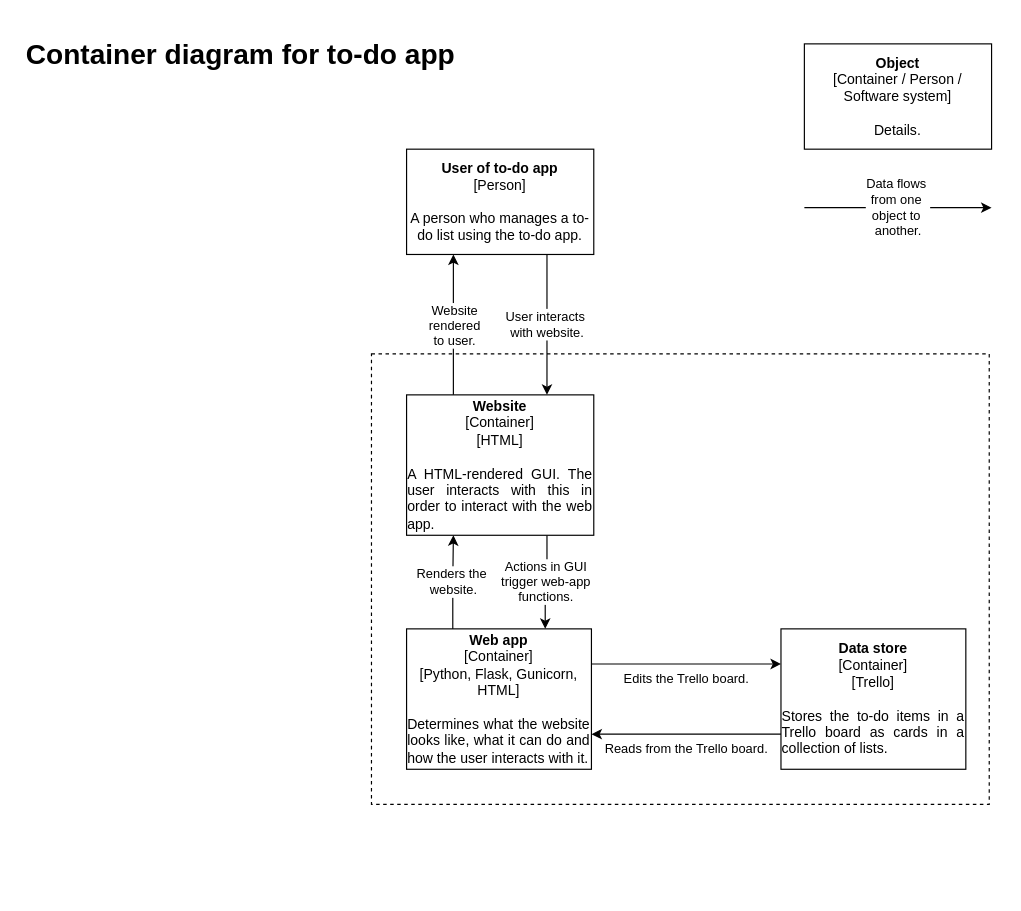
This is page "Container diagram" (2 of 3) of documentation/architecture-diagrams.drawio from SamSeed-Softwire/DevOps-Course-Starter, a draw.io file, before an edit. Source tidied: cells renumbered, new cells numbered last; positions are measured from the earlier drawing's top-left corner, leaving out a move shared by most shapes. Both pictures are drawn from the tidied source at 117%, with x=0, y=0 at pixel (20, 32).
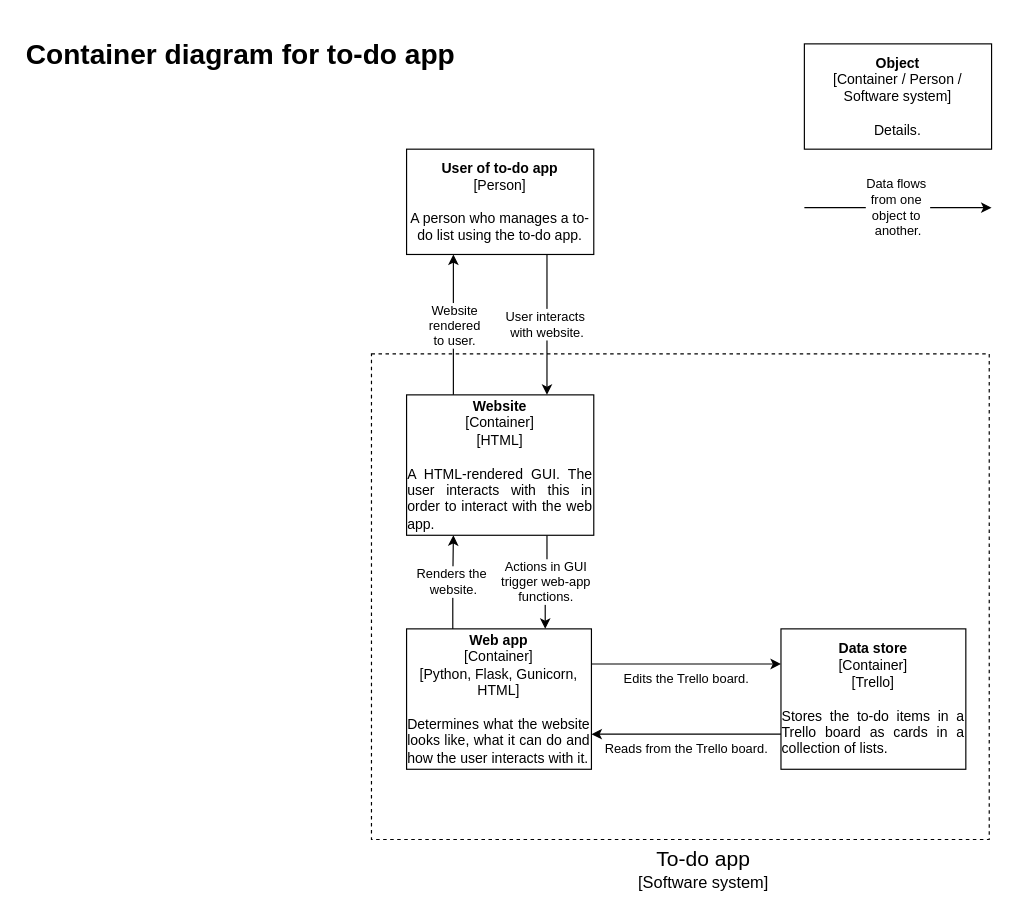
Above is the later version.

Change to the diagram source:
```diff
@@
 <mxGraphModel>
   <root>
     <mxCell id="0" />
     <mxCell id="1" parent="0" />
-    <mxCell id="2" style="rounded=0;whiteSpace=wrap;html=1;dashed=1;fillColor=none;" parent="1" vertex="1">
-      <mxGeometry x="300" y="275" width="528" height="385" as="geometry" />
+    <mxCell id="2" value="&lt;blockquote style=&quot;margin: 0 0 0 40px ; border: none ; padding: 0px&quot;&gt;&lt;span style=&quot;font-size: 18px&quot;&gt;To-do app&lt;/span&gt;&lt;font&gt;&lt;div&gt;&lt;span style=&quot;font-size: 14px&quot;&gt;[Software system]&lt;/span&gt;&lt;/div&gt;&lt;/font&gt;&lt;/blockquote&gt;" style="rounded=0;whiteSpace=wrap;html=1;dashed=1;fillColor=none;labelPosition=center;verticalLabelPosition=bottom;align=center;verticalAlign=top;textDirection=ltr;" parent="1" vertex="1">
+      <mxGeometry x="300" y="275" width="528" height="415" as="geometry" />
     </mxCell>
     <mxCell id="3" value="Edits the Trello board." style="edgeStyle=orthogonalEdgeStyle;rounded=0;jettySize=auto;html=1;exitX=1;exitY=0.25;exitDx=0;exitDy=0;entryX=0;entryY=0.25;entryDx=0;entryDy=0;horizontal=1;verticalAlign=top;" parent="1" edge="1" source="5" target="8">
       <mxGeometry relative="1" as="geometry" />
     </mxCell>
     <mxCell id="4" value="Renders the&amp;nbsp;&lt;br&gt;website." style="edgeStyle=orthogonalEdgeStyle;rounded=0;jettySize=auto;html=1;exitX=0.25;exitY=0;exitDx=0;exitDy=0;entryX=0.25;entryY=1;entryDx=0;entryDy=0;" parent="1" edge="1" source="5" target="10">
       <mxGeometry relative="1" as="geometry" />
     </mxCell>
     <mxCell id="5" value="&lt;b&gt;Web app&lt;/b&gt;&lt;br&gt;[Container]&lt;br&gt;[Python, Flask, Gunicorn, HTML]&lt;br&gt;&lt;br&gt;&lt;div style=&quot;text-align: justify&quot;&gt;&lt;span&gt;Determines what the website looks like, what it can do and how the user interacts with it.&lt;/span&gt;&lt;/div&gt;" style="rounded=0;whiteSpace=wrap;html=1;" parent="1" vertex="1">
       <mxGeometry x="330" y="510" width="158" height="120" as="geometry" />
     </mxCell>
     <mxCell id="6" value="&lt;h1&gt;Container diagram for to-do app&lt;/h1&gt;&lt;p&gt;&lt;br&gt;&lt;/p&gt;" style="text;html=1;strokeColor=none;fillColor=none;spacing=5;spacingTop=-20;whiteSpace=wrap;overflow=hidden;rounded=0;glass=0;" parent="1" vertex="1">
       <mxGeometry width="830" height="120" as="geometry" />
     </mxCell>
     <mxCell id="7" value="Reads from the Trello board." style="edgeStyle=orthogonalEdgeStyle;rounded=0;jettySize=auto;html=1;exitX=0;exitY=0.75;exitDx=0;exitDy=0;entryX=1;entryY=0.75;entryDx=0;entryDy=0;verticalAlign=top;" parent="1" edge="1" source="8" target="5">
       <mxGeometry relative="1" as="geometry" />
     </mxCell>
     <mxCell id="8" value="&lt;b&gt;Data store&lt;/b&gt;&lt;br&gt;[Container]&lt;br&gt;[Trello]&lt;br&gt;&lt;span&gt;&lt;br&gt;&lt;div style=&quot;text-align: justify&quot;&gt;&lt;span&gt;Stores the to-do items in a Trello board as cards in a collection of lists.&lt;/span&gt;&lt;/div&gt;&lt;/span&gt;" style="rounded=0;whiteSpace=wrap;html=1;" parent="1" vertex="1">
       <mxGeometry x="650" y="510" width="158" height="120" as="geometry" />
     </mxCell>
     <mxCell id="9" value="Actions in GUI &lt;br&gt;trigger web-app &lt;br&gt;functions." style="edgeStyle=orthogonalEdgeStyle;rounded=0;jettySize=auto;exitX=0.75;exitY=1;exitDx=0;exitDy=0;entryX=0.75;entryY=0;entryDx=0;entryDy=0;verticalAlign=middle;html=1;" parent="1" edge="1" source="10" target="5">
       <mxGeometry relative="1" as="geometry" />
     </mxCell>
     <mxCell id="10" value="&lt;b&gt;Website&lt;br&gt;&lt;/b&gt;[Container]&lt;br&gt;[HTML]&lt;br&gt;&lt;br&gt;&lt;div style=&quot;text-align: justify&quot;&gt;&lt;span&gt;A HTML-rendered GUI. The user interacts with this in order to interact with the web app.&lt;/span&gt;&lt;/div&gt;" style="rounded=0;whiteSpace=wrap;html=1;" parent="1" vertex="1">
       <mxGeometry x="330" y="310" width="160" height="120" as="geometry" />
     </mxCell>
     <mxCell id="11" style="edgeStyle=orthogonalEdgeStyle;rounded=0;jettySize=auto;html=1;exitX=0.25;exitY=0;exitDx=0;exitDy=0;entryX=0.25;entryY=1;entryDx=0;entryDy=0;" parent="1" edge="1" source="10" target="14">
       <mxGeometry relative="1" as="geometry" />
     </mxCell>
     <mxCell id="12" value="Website &lt;br&gt;rendered &lt;br&gt;to user." style="edgeLabel;html=1;align=center;verticalAlign=middle;" parent="11" vertex="1">
       <mxGeometry x="0.17" relative="1" as="geometry">
         <mxPoint y="10.3" as="offset" />
       </mxGeometry>
     </mxCell>
     <mxCell id="13" value="User&amp;nbsp;interacts&amp;nbsp;&lt;br&gt;with website." style="edgeStyle=orthogonalEdgeStyle;rounded=0;jettySize=auto;html=1;exitX=0.75;exitY=1;exitDx=0;exitDy=0;entryX=0.75;entryY=0;entryDx=0;entryDy=0;" parent="1" edge="1" source="14" target="10">
       <mxGeometry relative="1" as="geometry" />
     </mxCell>
     <mxCell id="14" value="&lt;b&gt;User of to-do app&lt;/b&gt;&lt;br&gt;[Person]&lt;br&gt;&lt;br&gt;A person who manages a to-do list using the to-do app." style="rounded=0;whiteSpace=wrap;html=1;" parent="1" vertex="1">
       <mxGeometry x="330" y="100" width="160" height="90" as="geometry" />
     </mxCell>
     <mxCell id="15" value="Data flows&amp;nbsp;&lt;br&gt;from one&amp;nbsp;&lt;br&gt;object to&amp;nbsp;&lt;br&gt;another." style="endArrow=classic;html=1;" parent="1" edge="1">
       <mxGeometry relative="1" as="geometry">
         <mxPoint x="670" y="150" as="sourcePoint" />
         <mxPoint x="830" y="150" as="targetPoint" />
       </mxGeometry>
     </mxCell>
     <mxCell id="16" value="&lt;b&gt;Object&lt;/b&gt;&lt;br&gt;[Container / Person / Software system]&lt;br&gt;&lt;br&gt;Details." style="rounded=0;whiteSpace=wrap;html=1;" parent="1" vertex="1">
       <mxGeometry x="670" y="10" width="160" height="90" as="geometry" />
     </mxCell>
   </root>
 </mxGraphModel>
```
